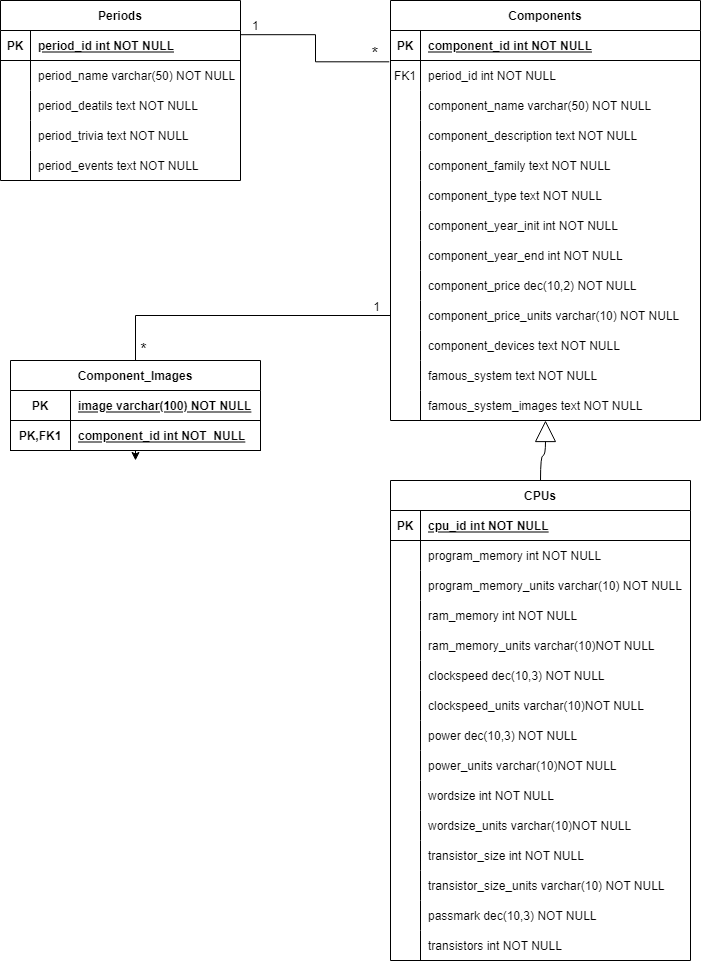
Earlier version of the draw.io export documentacion/figures/diagrama_e-r.png (isafdezpe/museo-eii). Source tidied: cells renumbered, new cells last; positions are measured from the earlier drawing's top-left corner, leaving out a move shared by most shapes.
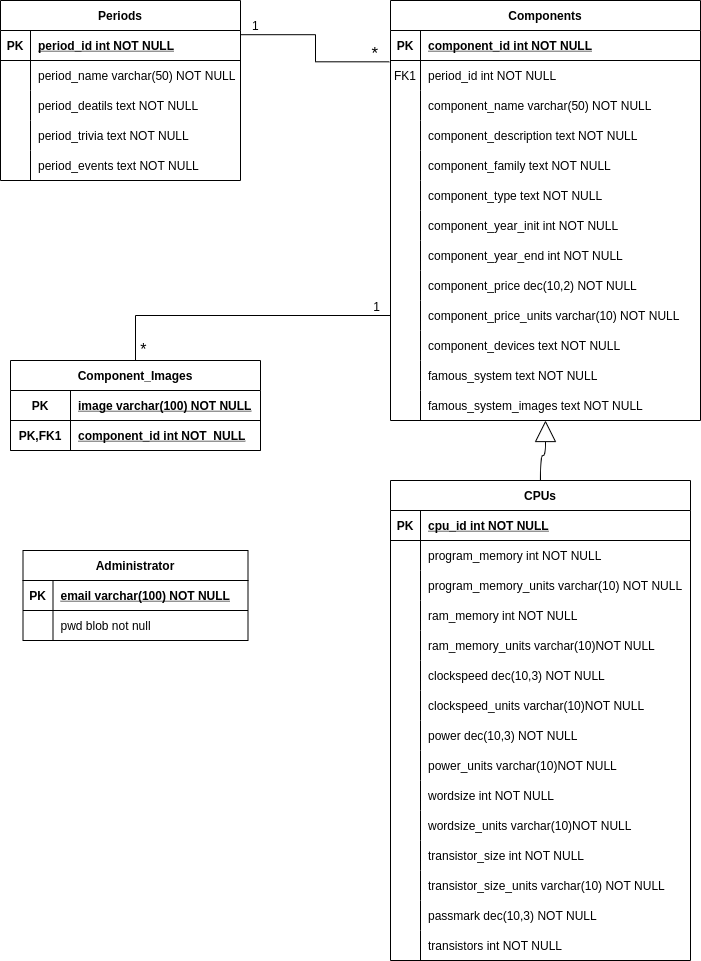
After the commit.

Change to the diagram source:
```diff
@@ -345,9 +345,6 @@
     <mxCell id="114" value="component_id int NOT  NULL" style="shape=partialRectangle;fillColor=none;top=0;left=0;bottom=0;right=0;align=left;spacingLeft=6;fontStyle=5;overflow=hidden;" parent="112" vertex="1">
       <mxGeometry x="60" width="190" height="30" as="geometry" />
     </mxCell>
-    <mxCell id="115" style="edgeStyle=orthogonalEdgeStyle;rounded=0;jettySize=auto;html=1;exitX=0.5;exitY=1;exitDx=0;exitDy=0;entryX=0.5;entryY=1.333;entryDx=0;entryDy=0;entryPerimeter=0;" parent="108" edge="1" source="108" target="112">
-      <mxGeometry relative="1" as="geometry" />
-    </mxCell>
     <mxCell id="116" style="endArrow=none;html=1;rounded=0;edgeStyle=orthogonalEdgeStyle;exitX=0.5;exitY=0;exitDx=0;exitDy=0;entryX=0;entryY=0.5;entryDx=0;entryDy=0;" parent="1" edge="1" source="108" target="30">
       <mxGeometry relative="1" as="geometry" />
     </mxCell>
@@ -359,5 +356,26 @@
         <mxPoint x="-10" as="offset" />
       </mxGeometry>
     </mxCell>
+    <mxCell id="119" value="Administrator" style="shape=table;startSize=30;rowLines=0;fontStyle=1;align=center;" parent="1" vertex="1">
+      <mxGeometry x="22.5" y="550" width="225" height="90" as="geometry" />
+    </mxCell>
+    <mxCell id="120" style="shape=tableRow;horizontal=0;startSize=0;swimlaneHead=0;swimlaneBody=0;fillColor=none;top=0;left=0;right=0;bottom=1;" parent="119" vertex="1">
+      <mxGeometry y="30" width="225" height="30" as="geometry" />
+    </mxCell>
+    <mxCell id="121" value="PK" style="shape=partialRectangle;fillColor=none;top=0;left=0;bottom=0;right=0;fontStyle=1;overflow=hidden;" parent="120" vertex="1">
+      <mxGeometry width="30" height="30" as="geometry" />
+    </mxCell>
+    <mxCell id="122" value="email varchar(100) NOT NULL" style="shape=partialRectangle;fillColor=none;top=0;left=0;bottom=0;right=0;align=left;spacingLeft=6;fontStyle=5;overflow=hidden;" parent="120" vertex="1">
+      <mxGeometry x="30" width="195" height="30" as="geometry" />
+    </mxCell>
+    <mxCell id="123" style="shape=tableRow;horizontal=0;startSize=0;swimlaneHead=0;swimlaneBody=0;fillColor=none;top=0;left=0;right=0;bottom=0;" parent="119" vertex="1">
+      <mxGeometry y="60" width="225" height="30" as="geometry" />
+    </mxCell>
+    <mxCell id="124" style="shape=partialRectangle;fillColor=none;top=0;left=0;bottom=0;right=0;overflow=hidden;" parent="123" vertex="1">
+      <mxGeometry width="30" height="30" as="geometry" />
+    </mxCell>
+    <mxCell id="125" value="pwd blob not null" style="shape=partialRectangle;fillColor=none;top=0;left=0;bottom=0;right=0;align=left;spacingLeft=6;overflow=hidden;" parent="123" vertex="1">
+      <mxGeometry x="30" width="195" height="30" as="geometry" />
+    </mxCell>
   </root>
 </mxGraphModel>
```
